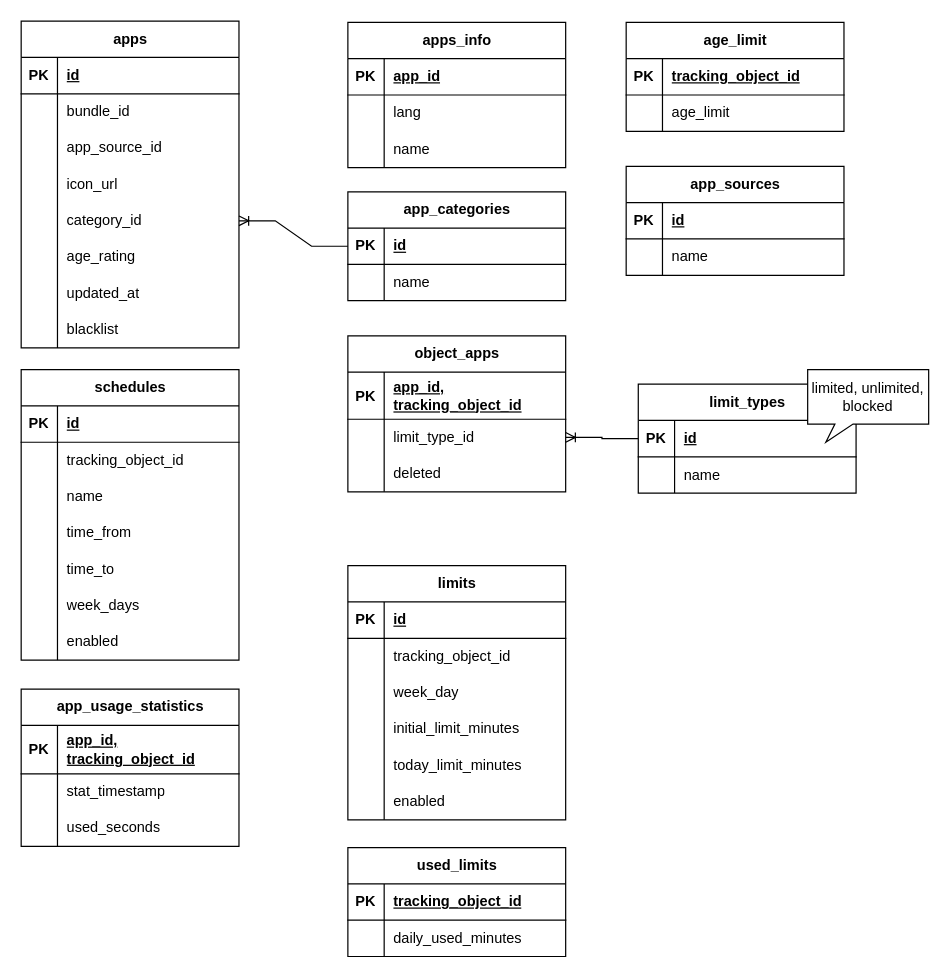
satmurat/transfer keeps this draw.io diagram as Диаграмма без названия.drawio. Above is the earlier version. Source tidied: cells renumbered, new cells numbered last; positions are measured from the earlier drawing's top-left corner, leaving out a move shared by most shapes. Both pictures are drawn from the tidied source at 121%, with x=0, y=0 at pixel (21, 21).
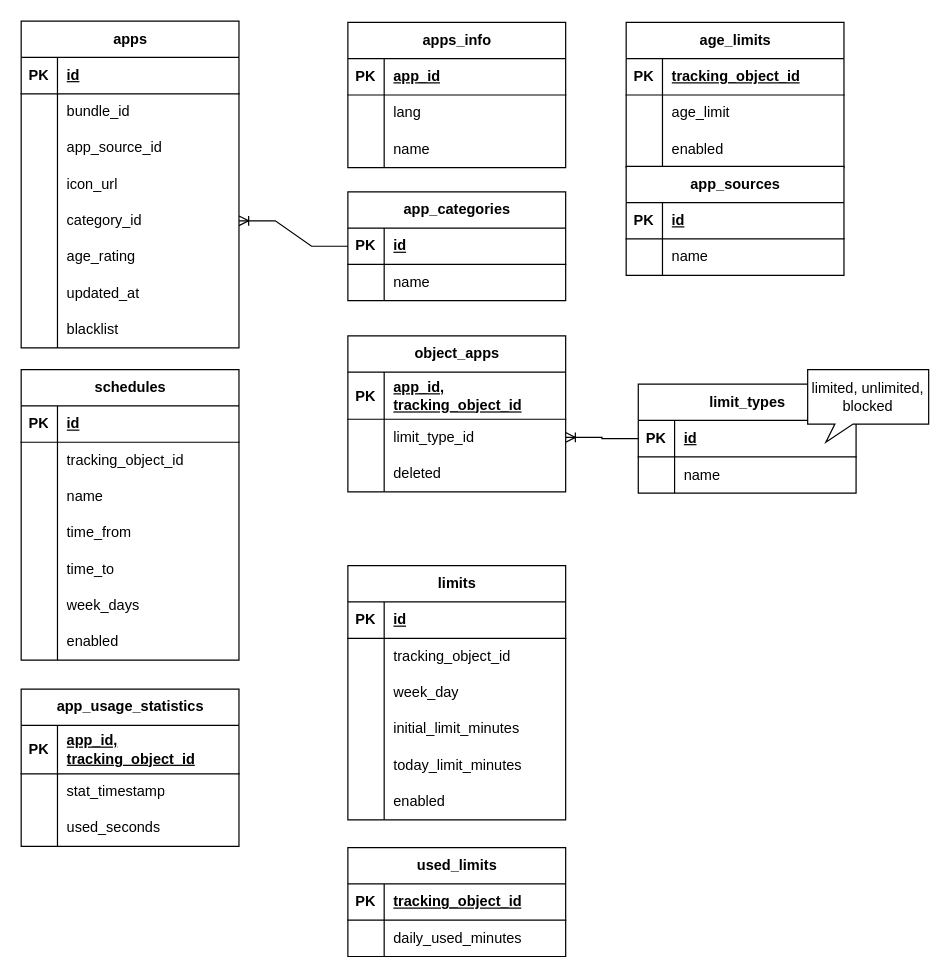
The same diagram, later.

The edit, as a diff of the source:
```diff
@@
-    <mxCell id="122" value="age_limit" style="shape=table;startSize=30;childLayout=tableLayout;rowLines=0;fontStyle=1;align=center;html=1;" parent="1" vertex="1">
-      <mxGeometry x="500" y="1" width="180" height="90" as="geometry" />
+    <mxCell id="122" value="age_limits" style="shape=table;startSize=30;childLayout=tableLayout;rowLines=0;fontStyle=1;align=center;html=1;" parent="1" vertex="1">
+      <mxGeometry x="500" y="1" width="180" height="120" as="geometry" />
     </mxCell>
@@
+    <mxCell id="138" style="shape=tableRow;horizontal=0;startSize=0;swimlaneHead=0;swimlaneBody=0;fillColor=none;top=0;left=0;right=0;bottom=0;" parent="122" vertex="1">
+      <mxGeometry y="90" width="180" height="30" as="geometry" />
+    </mxCell>
+    <mxCell id="139" style="shape=partialRectangle;fillColor=none;top=0;left=0;bottom=0;right=0;overflow=hidden;whiteSpace=wrap;html=1;" parent="138" vertex="1">
+      <mxGeometry width="30" height="30" as="geometry" />
+    </mxCell>
+    <mxCell id="140" value="enabled" style="shape=partialRectangle;fillColor=none;top=0;left=0;bottom=0;right=0;align=left;spacingLeft=6;overflow=hidden;whiteSpace=wrap;html=1;" parent="138" vertex="1">
+      <mxGeometry x="30" width="150" height="30" as="geometry" />
+    </mxCell>
```
